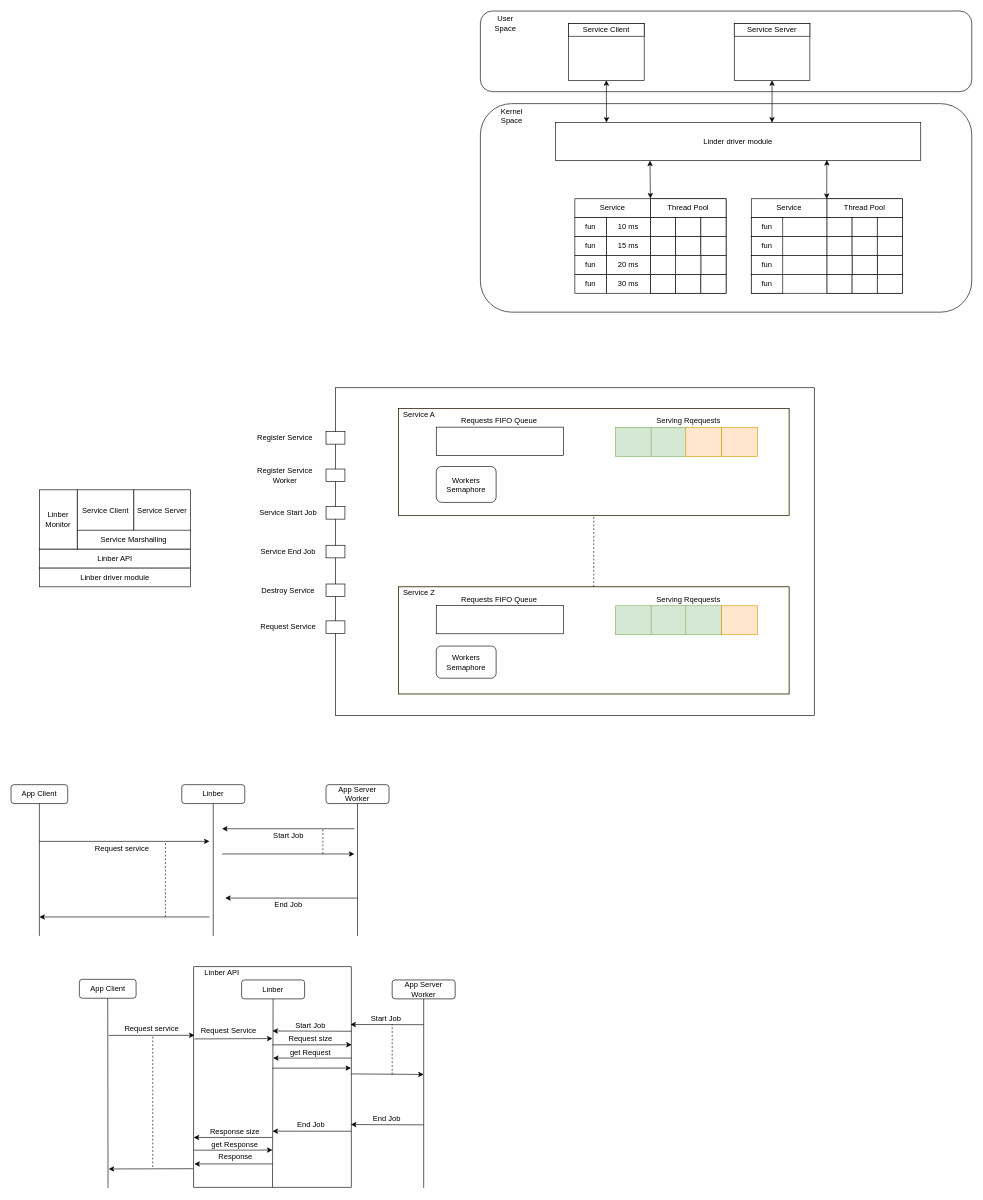
The draw.io diagram img/Linber_schema.drawio in GiovanniFalzone/linber, before the edit. Source tidied: cells renumbered, new cells numbered last; positions are measured from the earlier drawing's top-left corner, leaving out a move shared by most shapes. Both pictures are drawn from the tidied source at 63%, with x=0, y=0 at pixel (11, 11).
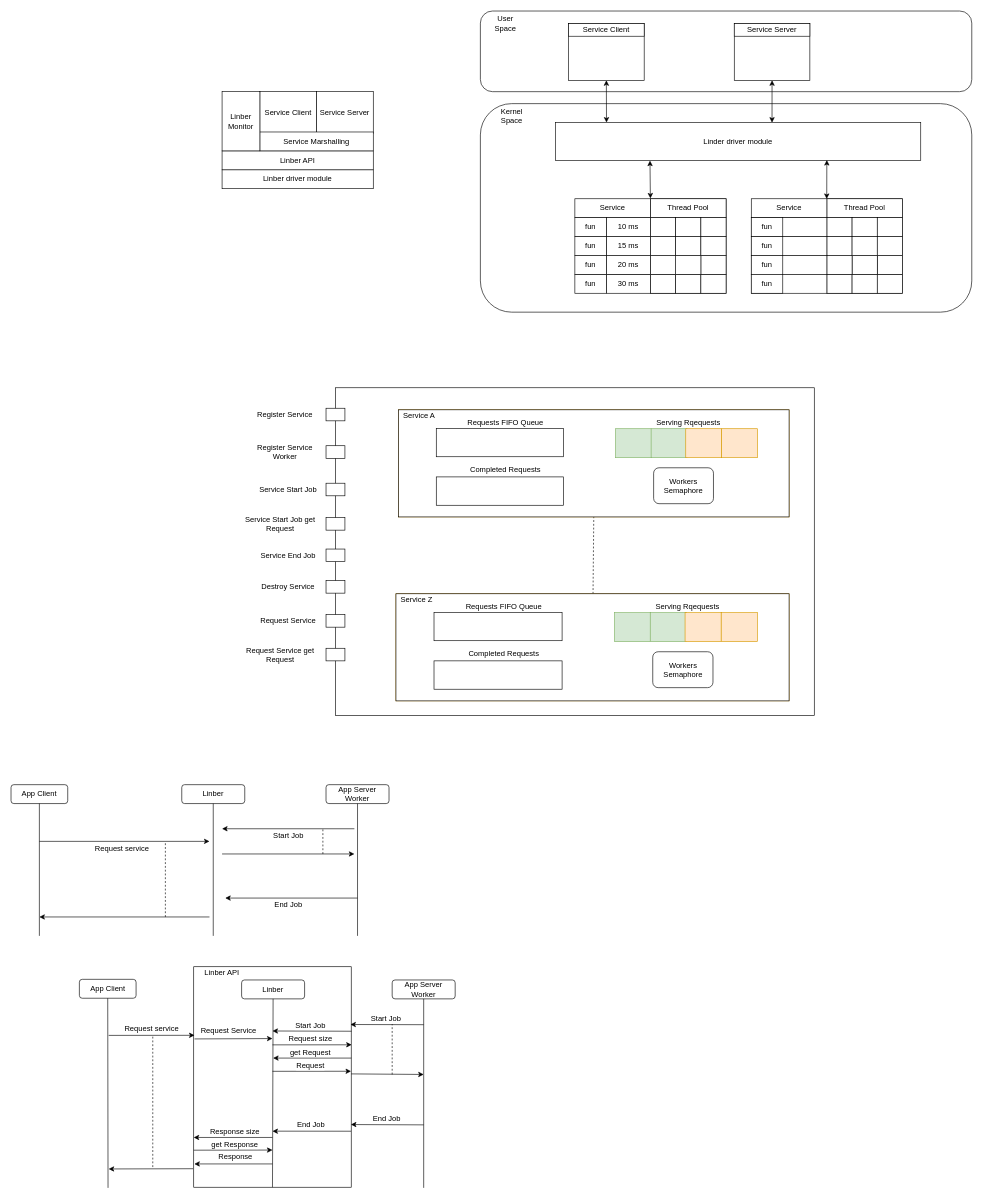
After the change.

Unchanged cells that the change refers to:
```xml
<mxCell id="133" style="group;" parent="1" vertex="1">
  <mxGeometry x="108.5" y="1517" width="596.5" height="351" as="geometry" />
</mxCell>
```

Change to the diagram source:
```diff
@@
+    <mxCell id="169" style="group;" parent="1" vertex="1">
+      <mxGeometry x="515" y="598" width="760" height="520" as="geometry" />
+    </mxCell>
-    <mxCell id="2" style="rounded=0;whiteSpace=wrap;html=1;" parent="1" vertex="1">
-      <mxGeometry x="515" y="598" width="760" height="520" as="geometry" />
+    <mxCell id="2" style="rounded=0;whiteSpace=wrap;html=1;" parent="169" vertex="1">
+      <mxGeometry width="760" height="520" as="geometry" />
     </mxCell>
+    <mxCell id="100" style="endArrow=none;dashed=1;html=1;entryX=0.5;entryY=1;entryDx=0;entryDy=0;" parent="169" edge="1" source="175">
+      <mxGeometry relative="1" as="geometry">
+        <mxPoint x="410" y="204" as="targetPoint" />
+      </mxGeometry>
+    </mxCell>
+    <mxCell id="170" style="group;" parent="169" vertex="1">
+      <mxGeometry x="100" y="35" width="620" height="170" as="geometry" />
+    </mxCell>
+    <mxCell id="78" style="group;fillColor=#ffe6cc;strokeColor=#d79b00;" parent="170" vertex="1">
+      <mxGeometry width="620" height="170" as="geometry" />
+    </mxCell>
+    <mxCell id="79" style="rounded=0;whiteSpace=wrap;html=1;" parent="78" vertex="1">
+      <mxGeometry width="620" height="170" as="geometry" />
+    </mxCell>
+    <mxCell id="80" style="rounded=0;whiteSpace=wrap;html=1;fillColor=#d5e8d4;strokeColor=#82b366;" parent="78" vertex="1">
+      <mxGeometry x="344.5" y="30" width="57" height="46" as="geometry" />
+    </mxCell>
+    <mxCell id="81" value="Serving Rqequests" style="text;html=1;strokeColor=none;fillColor=none;align=center;verticalAlign=middle;whiteSpace=wrap;rounded=0;" parent="78" vertex="1">
+      <mxGeometry x="401.5" y="9.5" width="117" height="20" as="geometry" />
+    </mxCell>
+    <mxCell id="82" style="rounded=0;whiteSpace=wrap;html=1;fillColor=#d5e8d4;strokeColor=#82b366;" parent="78" vertex="1">
+      <mxGeometry x="401" y="30" width="57" height="46" as="geometry" />
+    </mxCell>
+    <mxCell id="83" style="rounded=0;whiteSpace=wrap;html=1;fillColor=#ffe6cc;strokeColor=#d79b00;" parent="78" vertex="1">
+      <mxGeometry x="456" y="30" width="57" height="46" as="geometry" />
+    </mxCell>
+    <mxCell id="84" style="rounded=0;whiteSpace=wrap;html=1;fillColor=#ffe6cc;strokeColor=#d79b00;" parent="78" vertex="1">
+      <mxGeometry x="513" y="30" width="57" height="46" as="geometry" />
+    </mxCell>
+    <mxCell id="85" style="rounded=0;whiteSpace=wrap;html=1;" parent="78" vertex="1">
+      <mxGeometry x="60" y="29.5" width="202" height="45" as="geometry" />
+    </mxCell>
+    <mxCell id="86" value="Requests FIFO Queue" style="text;html=1;strokeColor=none;fillColor=none;align=center;verticalAlign=middle;whiteSpace=wrap;rounded=0;" parent="78" vertex="1">
+      <mxGeometry x="100" y="10" width="140" height="20" as="geometry" />
+    </mxCell>
+    <mxCell id="87" value="Service A" style="text;html=1;strokeColor=none;fillColor=none;align=center;verticalAlign=middle;whiteSpace=wrap;rounded=0;" parent="78" vertex="1">
+      <mxGeometry x="6" width="54" height="20" as="geometry" />
+    </mxCell>
+    <mxCell id="88" value="Workers Semaphore" style="rounded=1;whiteSpace=wrap;html=1;" parent="78" vertex="1">
+      <mxGeometry x="405" y="92" width="95" height="57" as="geometry" />
+    </mxCell>
+    <mxCell id="171" style="rounded=0;whiteSpace=wrap;html=1;" parent="78" vertex="1">
+      <mxGeometry x="60" y="106.5" width="202" height="45" as="geometry" />
+    </mxCell>
+    <mxCell id="172" value="Completed Requests" style="text;html=1;strokeColor=none;fillColor=none;align=center;verticalAlign=middle;whiteSpace=wrap;rounded=0;" parent="78" vertex="1">
+      <mxGeometry x="100" y="86" width="140" height="20" as="geometry" />
+    </mxCell>
+    <mxCell id="173" style="group;" parent="169" vertex="1">
+      <mxGeometry x="96" y="327" width="624" height="170" as="geometry" />
+    </mxCell>
+    <mxCell id="174" style="group;fillColor=#ffe6cc;strokeColor=#d79b00;" parent="173" vertex="1">
+      <mxGeometry width="624" height="170" as="geometry" />
+    </mxCell>
+    <mxCell id="175" style="rounded=0;whiteSpace=wrap;html=1;" parent="174" vertex="1">
+      <mxGeometry width="624" height="170" as="geometry" />
+    </mxCell>
+    <mxCell id="176" style="rounded=0;whiteSpace=wrap;html=1;fillColor=#d5e8d4;strokeColor=#82b366;" parent="174" vertex="1">
+      <mxGeometry x="346.7" y="30" width="57.4" height="46" as="geometry" />
+    </mxCell>
+    <mxCell id="92" value="Serving Rqequests" style="text;html=1;strokeColor=none;fillColor=none;align=center;verticalAlign=middle;whiteSpace=wrap;rounded=0;" parent="174" vertex="1">
+      <mxGeometry x="404.1" y="9.5" width="117.8" height="20" as="geometry" />
+    </mxCell>
+    <mxCell id="177" style="rounded=0;whiteSpace=wrap;html=1;fillColor=#d5e8d4;strokeColor=#82b366;" parent="174" vertex="1">
+      <mxGeometry x="403.6" y="30" width="57.4" height="46" as="geometry" />
+    </mxCell>
+    <mxCell id="178" style="rounded=0;whiteSpace=wrap;html=1;fillColor=#ffe6cc;strokeColor=#d79b00;" parent="174" vertex="1">
+      <mxGeometry x="458.9" y="30" width="57.4" height="46" as="geometry" />
+    </mxCell>
+    <mxCell id="179" style="rounded=0;whiteSpace=wrap;html=1;fillColor=#ffe6cc;strokeColor=#d79b00;" parent="174" vertex="1">
+      <mxGeometry x="516.3" y="30" width="57.4" height="46" as="geometry" />
+    </mxCell>
+    <mxCell id="180" style="rounded=0;whiteSpace=wrap;html=1;" parent="174" vertex="1">
+      <mxGeometry x="60.4" y="29.5" width="203.3" height="45" as="geometry" />
+    </mxCell>
+    <mxCell id="97" value="Requests FIFO Queue" style="text;html=1;strokeColor=none;fillColor=none;align=center;verticalAlign=middle;whiteSpace=wrap;rounded=0;" parent="174" vertex="1">
+      <mxGeometry x="100.6" y="10" width="140.9" height="20" as="geometry" />
+    </mxCell>
+    <mxCell id="98" value="Service Z" style="text;html=1;strokeColor=none;fillColor=none;align=center;verticalAlign=middle;whiteSpace=wrap;rounded=0;" parent="174" vertex="1">
+      <mxGeometry x="6" width="54.3" height="20" as="geometry" />
+    </mxCell>
+    <mxCell id="99" value="Workers Semaphore" style="rounded=1;whiteSpace=wrap;html=1;" parent="174" vertex="1">
+      <mxGeometry x="407.6" y="92" width="95.6" height="57" as="geometry" />
+    </mxCell>
+    <mxCell id="181" style="rounded=0;whiteSpace=wrap;html=1;" parent="174" vertex="1">
+      <mxGeometry x="60.4" y="106.5" width="203.3" height="45" as="geometry" />
+    </mxCell>
+    <mxCell id="182" value="Completed Requests" style="text;html=1;strokeColor=none;fillColor=none;align=center;verticalAlign=middle;whiteSpace=wrap;rounded=0;" parent="174" vertex="1">
+      <mxGeometry x="100.6" y="86" width="140.9" height="20" as="geometry" />
+    </mxCell>
@@
     <mxCell id="75" style="rounded=0;whiteSpace=wrap;html=1;" parent="1" vertex="1">
-      <mxGeometry x="500" y="667.5" width="30" height="20" as="geometry" />
+      <mxGeometry x="500" y="630.5" width="30" height="20" as="geometry" />
     </mxCell>
     <mxCell id="76" value="Register Service" style="text;html=1;strokeColor=none;fillColor=none;align=center;verticalAlign=middle;whiteSpace=wrap;rounded=0;" parent="1" vertex="1">
-      <mxGeometry x="375" y="667.5" width="120" height="20" as="geometry" />
+      <mxGeometry x="375" y="630.5" width="120" height="20" as="geometry" />
     </mxCell>
     <mxCell id="77" style="rounded=0;whiteSpace=wrap;html=1;" parent="1" vertex="1">
-      <mxGeometry x="500" y="727" width="30" height="20" as="geometry" />
+      <mxGeometry x="500" y="690" width="30" height="20" as="geometry" />
     </mxCell>
-    <mxCell id="78" style="group;fillColor=#ffe6cc;strokeColor=#d79b00;" parent="1" vertex="1">
-      <mxGeometry x="615" y="631" width="620" height="170" as="geometry" />
-    </mxCell>
-    <mxCell id="79" style="rounded=0;whiteSpace=wrap;html=1;" parent="78" vertex="1">
-      <mxGeometry width="620" height="170" as="geometry" />
-    </mxCell>
-    <mxCell id="80" style="rounded=0;whiteSpace=wrap;html=1;fillColor=#d5e8d4;strokeColor=#82b366;" parent="78" vertex="1">
-      <mxGeometry x="344.5" y="30" width="57" height="46" as="geometry" />
-    </mxCell>
-    <mxCell id="81" value="Serving Rqequests" style="text;html=1;strokeColor=none;fillColor=none;align=center;verticalAlign=middle;whiteSpace=wrap;rounded=0;" parent="78" vertex="1">
-      <mxGeometry x="401.5" y="9.5" width="117" height="20" as="geometry" />
-    </mxCell>
-    <mxCell id="82" style="rounded=0;whiteSpace=wrap;html=1;fillColor=#d5e8d4;strokeColor=#82b366;" parent="78" vertex="1">
-      <mxGeometry x="401" y="30" width="57" height="46" as="geometry" />
-    </mxCell>
-    <mxCell id="83" style="rounded=0;whiteSpace=wrap;html=1;fillColor=#ffe6cc;strokeColor=#d79b00;" parent="78" vertex="1">
-      <mxGeometry x="456" y="30" width="57" height="46" as="geometry" />
-    </mxCell>
-    <mxCell id="84" style="rounded=0;whiteSpace=wrap;html=1;fillColor=#ffe6cc;strokeColor=#d79b00;" parent="78" vertex="1">
-      <mxGeometry x="513" y="30" width="57" height="46" as="geometry" />
-    </mxCell>
-    <mxCell id="85" style="rounded=0;whiteSpace=wrap;html=1;" parent="78" vertex="1">
-      <mxGeometry x="60" y="29.5" width="202" height="45" as="geometry" />
-    </mxCell>
-    <mxCell id="86" value="Requests FIFO Queue" style="text;html=1;strokeColor=none;fillColor=none;align=center;verticalAlign=middle;whiteSpace=wrap;rounded=0;" parent="78" vertex="1">
-      <mxGeometry x="90" y="10" width="140" height="20" as="geometry" />
-    </mxCell>
-    <mxCell id="87" value="Service A" style="text;html=1;strokeColor=none;fillColor=none;align=center;verticalAlign=middle;whiteSpace=wrap;rounded=0;" parent="78" vertex="1">
-      <mxGeometry x="6" width="54" height="20" as="geometry" />
-    </mxCell>
-    <mxCell id="88" value="Workers Semaphore" style="rounded=1;whiteSpace=wrap;html=1;" parent="78" vertex="1">
-      <mxGeometry x="60" y="92" width="95" height="57" as="geometry" />
-    </mxCell>
-    <mxCell id="89" style="group;fillColor=#ffe6cc;strokeColor=#d79b00;" parent="1" vertex="1">
-      <mxGeometry x="615" y="914" width="620" height="170" as="geometry" />
-    </mxCell>
-    <mxCell id="90" style="rounded=0;whiteSpace=wrap;html=1;" parent="89" vertex="1">
-      <mxGeometry width="620" height="170" as="geometry" />
-    </mxCell>
-    <mxCell id="91" style="rounded=0;whiteSpace=wrap;html=1;fillColor=#d5e8d4;strokeColor=#82b366;" parent="89" vertex="1">
-      <mxGeometry x="344.5" y="30" width="57" height="46" as="geometry" />
-    </mxCell>
-    <mxCell id="92" value="Serving Rqequests" style="text;html=1;strokeColor=none;fillColor=none;align=center;verticalAlign=middle;whiteSpace=wrap;rounded=0;" parent="89" vertex="1">
-      <mxGeometry x="401.5" y="9.5" width="117" height="20" as="geometry" />
-    </mxCell>
-    <mxCell id="93" style="rounded=0;whiteSpace=wrap;html=1;fillColor=#d5e8d4;strokeColor=#82b366;" parent="89" vertex="1">
-      <mxGeometry x="401" y="30" width="57" height="46" as="geometry" />
-    </mxCell>
-    <mxCell id="94" style="rounded=0;whiteSpace=wrap;html=1;fillColor=#d5e8d4;strokeColor=#82b366;" parent="89" vertex="1">
-      <mxGeometry x="456" y="30" width="57" height="46" as="geometry" />
-    </mxCell>
-    <mxCell id="95" style="rounded=0;whiteSpace=wrap;html=1;fillColor=#ffe6cc;strokeColor=#d79b00;" parent="89" vertex="1">
-      <mxGeometry x="513" y="30" width="57" height="46" as="geometry" />
-    </mxCell>
-    <mxCell id="96" style="rounded=0;whiteSpace=wrap;html=1;" parent="89" vertex="1">
-      <mxGeometry x="60" y="29.5" width="202" height="45" as="geometry" />
-    </mxCell>
-    <mxCell id="97" value="Requests FIFO Queue" style="text;html=1;strokeColor=none;fillColor=none;align=center;verticalAlign=middle;whiteSpace=wrap;rounded=0;" parent="89" vertex="1">
-      <mxGeometry x="90" y="10" width="140" height="20" as="geometry" />
-    </mxCell>
-    <mxCell id="98" value="Service Z" style="text;html=1;strokeColor=none;fillColor=none;align=center;verticalAlign=middle;whiteSpace=wrap;rounded=0;" parent="89" vertex="1">
-      <mxGeometry x="6" width="54" height="20" as="geometry" />
-    </mxCell>
-    <mxCell id="99" value="Workers Semaphore" style="rounded=1;whiteSpace=wrap;html=1;" parent="89" vertex="1">
-      <mxGeometry x="60" y="94" width="95" height="51" as="geometry" />
-    </mxCell>
-    <mxCell id="100" style="endArrow=none;dashed=1;html=1;entryX=0.5;entryY=1;entryDx=0;entryDy=0;exitX=0.5;exitY=0;exitDx=0;exitDy=0;" parent="1" edge="1" source="90" target="79">
-      <mxGeometry relative="1" as="geometry" />
-    </mxCell>
     <mxCell id="101" value="Register Service Worker" style="text;html=1;strokeColor=none;fillColor=none;align=center;verticalAlign=middle;whiteSpace=wrap;rounded=0;" parent="1" vertex="1">
-      <mxGeometry x="375" y="727" width="120" height="20" as="geometry" />
+      <mxGeometry x="375" y="690" width="120" height="20" as="geometry" />
     </mxCell>
     <mxCell id="102" style="rounded=0;whiteSpace=wrap;html=1;" parent="1" vertex="1">
-      <mxGeometry x="500" y="786.5" width="30" height="20" as="geometry" />
+      <mxGeometry x="500" y="749.5" width="30" height="20" as="geometry" />
     </mxCell>
     <mxCell id="103" value="Service Start Job" style="text;html=1;strokeColor=none;fillColor=none;align=center;verticalAlign=middle;whiteSpace=wrap;rounded=0;" parent="1" vertex="1">
-      <mxGeometry x="380" y="786.5" width="120" height="20" as="geometry" />
+      <mxGeometry x="380" y="749.5" width="120" height="20" as="geometry" />
     </mxCell>
     <mxCell id="104" style="rounded=0;whiteSpace=wrap;html=1;" parent="1" vertex="1">
-      <mxGeometry x="500" y="848" width="30" height="20" as="geometry" />
+      <mxGeometry x="500" y="854" width="30" height="20" as="geometry" />
     </mxCell>
     <mxCell id="105" value="Service End Job" style="text;html=1;strokeColor=none;fillColor=none;align=center;verticalAlign=middle;whiteSpace=wrap;rounded=0;" parent="1" vertex="1">
-      <mxGeometry x="380" y="848" width="120" height="20" as="geometry" />
+      <mxGeometry x="380" y="854" width="120" height="20" as="geometry" />
     </mxCell>
     <mxCell id="106" style="rounded=0;whiteSpace=wrap;html=1;" parent="1" vertex="1">
-      <mxGeometry x="500" y="909.5" width="30" height="20" as="geometry" />
+      <mxGeometry x="500" y="904" width="30" height="20" as="geometry" />
     </mxCell>
     <mxCell id="107" value="Destroy Service" style="text;html=1;strokeColor=none;fillColor=none;align=center;verticalAlign=middle;whiteSpace=wrap;rounded=0;" parent="1" vertex="1">
-      <mxGeometry x="380" y="909.5" width="120" height="20" as="geometry" />
+      <mxGeometry x="380" y="904" width="120" height="20" as="geometry" />
     </mxCell>
     <mxCell id="108" style="rounded=0;whiteSpace=wrap;html=1;" parent="1" vertex="1">
-      <mxGeometry x="500" y="968" width="30" height="20" as="geometry" />
+      <mxGeometry x="500" y="958" width="30" height="20" as="geometry" />
     </mxCell>
     <mxCell id="109" value="Request Service" style="text;html=1;strokeColor=none;fillColor=none;align=center;verticalAlign=middle;whiteSpace=wrap;rounded=0;" parent="1" vertex="1">
-      <mxGeometry x="380" y="968" width="120" height="20" as="geometry" />
+      <mxGeometry x="380" y="958" width="120" height="20" as="geometry" />
     </mxCell>
     <mxCell id="110" style="group;" parent="1" vertex="1">
-      <mxGeometry x="45" y="760" width="240" height="154" as="geometry" />
+      <mxGeometry x="335" y="128" width="240" height="154" as="geometry" />
     </mxCell>
@@
     <mxCell id="156" style="endArrow=classic;html=1;entryX=1.003;entryY=0.374;entryDx=0;entryDy=0;entryPerimeter=0;" parent="133" edge="1">
       <mxGeometry relative="1" as="geometry">
-        <mxPoint x="306.5" y="161" as="sourcePoint" />
-        <mxPoint x="431.2" y="160.9" as="targetPoint" />
+        <mxPoint x="306.5" y="166" as="sourcePoint" />
+        <mxPoint x="431.2" y="165.9" as="targetPoint" />
       </mxGeometry>
     </mxCell>
+    <mxCell id="183" value="&lt;div&gt;Request&lt;/div&gt;" style="text;html=1;align=center;verticalAlign=middle;labelBackgroundColor=#ffffff;" parent="156" vertex="1">
+      <mxGeometry x="-0.03" y="2" relative="1" as="geometry">
+        <mxPoint y="-7" as="offset" />
+      </mxGeometry>
+    </mxCell>
@@
+    <mxCell id="184" style="rounded=0;whiteSpace=wrap;html=1;" parent="1" vertex="1">
+      <mxGeometry x="500" y="804" width="30" height="20" as="geometry" />
+    </mxCell>
+    <mxCell id="185" value="Service Start Job get Request" style="text;html=1;strokeColor=none;fillColor=none;align=center;verticalAlign=middle;whiteSpace=wrap;rounded=0;" parent="1" vertex="1">
+      <mxGeometry x="355" y="804" width="145" height="20" as="geometry" />
+    </mxCell>
+    <mxCell id="186" style="rounded=0;whiteSpace=wrap;html=1;" parent="1" vertex="1">
+      <mxGeometry x="500" y="1011.5" width="30" height="20" as="geometry" />
+    </mxCell>
+    <mxCell id="187" value="Request Service get Request" style="text;html=1;strokeColor=none;fillColor=none;align=center;verticalAlign=middle;whiteSpace=wrap;rounded=0;" parent="1" vertex="1">
+      <mxGeometry x="355" y="1012" width="145" height="20" as="geometry" />
+    </mxCell>
```
